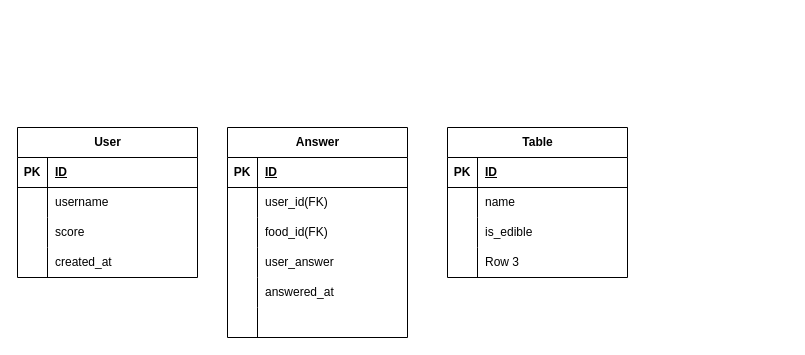
The draw.io diagram ER.dio in akanesi05/meat-or-not, before the edit. Source tidied: cells renumbered, new cells numbered last; positions are measured from the earlier drawing's top-left corner, leaving out a move shared by most shapes. Both pictures are drawn from the tidied source at 100%, with x=0, y=0 at pixel (17, 127).
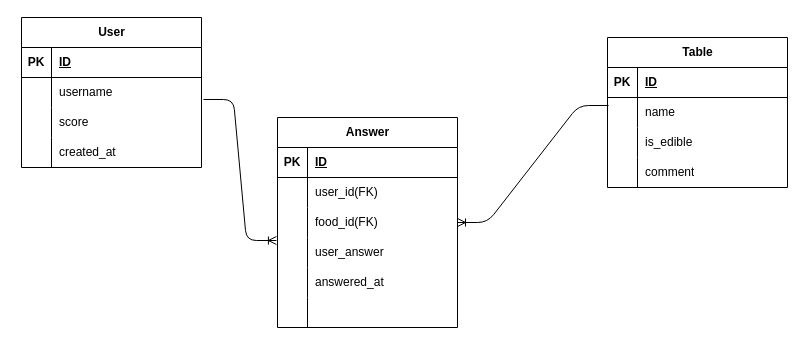
The same diagram, later.

The change refers to these unchanged cells:
```xml
<mxCell id="6" style="shape=tableRow;horizontal=0;startSize=0;swimlaneHead=0;swimlaneBody=0;fillColor=none;points=[[0,0.5],[1,0.5]];portConstraint=eastwest;top=0;left=0;right=0;bottom=0;" parent="2" vertex="1">
  <mxGeometry y="60" width="180" height="30" as="geometry" />
</mxCell>
<mxCell id="22" style="shape=tableRow;horizontal=0;startSize=0;swimlaneHead=0;swimlaneBody=0;fillColor=none;points=[[0,0.5],[1,0.5]];portConstraint=eastwest;top=0;left=0;right=0;bottom=0;" parent="15" vertex="1">
  <mxGeometry y="90" width="180" height="30" as="geometry" />
</mxCell>
<mxCell id="25" style="shape=tableRow;horizontal=0;startSize=0;swimlaneHead=0;swimlaneBody=0;fillColor=none;points=[[0,0.5],[1,0.5]];portConstraint=eastwest;top=0;left=0;right=0;bottom=0;" parent="15" vertex="1">
  <mxGeometry y="120" width="180" height="30" as="geometry" />
</mxCell>
<mxCell id="38" style="shape=tableRow;horizontal=0;startSize=0;swimlaneHead=0;swimlaneBody=0;fillColor=none;points=[[0,0.5],[1,0.5]];portConstraint=eastwest;top=0;left=0;right=0;bottom=0;" parent="34" vertex="1">
  <mxGeometry y="60" width="180" height="30" as="geometry" />
</mxCell>
<mxCell id="44" style="shape=tableRow;horizontal=0;startSize=0;swimlaneHead=0;swimlaneBody=0;fillColor=none;top=0;left=0;right=0;bottom=0;" parent="34" vertex="1">
  <mxGeometry y="120" width="180" height="30" as="geometry" />
</mxCell>
```

Diff of the diagram source:
```diff
@@
     <mxCell id="2" value="User" style="shape=table;startSize=30;childLayout=tableLayout;rowLines=0;fontStyle=1;align=center;html=1;" parent="1" vertex="1">
-      <mxGeometry width="180" height="150" as="geometry" />
+      <mxGeometry x="4" y="-110" width="180" height="150" as="geometry" />
     </mxCell>
@@
     <mxCell id="15" value="Answer" style="shape=table;startSize=30;childLayout=tableLayout;rowLines=0;fontStyle=1;align=center;html=1;" parent="1" vertex="1">
-      <mxGeometry x="210" width="180" height="210" as="geometry" />
+      <mxGeometry x="260" y="-10" width="180" height="210" as="geometry" />
     </mxCell>
@@
     <mxCell id="34" value="Table" style="shape=table;startSize=30;childLayout=tableLayout;rowLines=0;fontStyle=1;align=center;html=1;" parent="1" vertex="1">
-      <mxGeometry x="430" width="180" height="150" as="geometry" />
+      <mxGeometry x="590" y="-90" width="180" height="150" as="geometry" />
     </mxCell>
@@
-    <mxCell id="46" value="Row 3" style="shape=partialRectangle;fillColor=none;top=0;left=0;bottom=0;right=0;align=left;spacingLeft=6;overflow=hidden;whiteSpace=wrap;html=1;" parent="44" vertex="1">
+    <mxCell id="46" value="comment" style="shape=partialRectangle;fillColor=none;top=0;left=0;bottom=0;right=0;align=left;spacingLeft=6;overflow=hidden;whiteSpace=wrap;html=1;" parent="44" vertex="1">
       <mxGeometry x="30" width="150" height="30" as="geometry" />
     </mxCell>
+    <mxCell id="47" style="edgeStyle=entityRelationEdgeStyle;fontSize=12;html=1;endArrow=ERoneToMany;exitX=1.011;exitY=0.733;exitDx=0;exitDy=0;exitPerimeter=0;entryX=-0.006;entryY=0.1;entryDx=0;entryDy=0;entryPerimeter=0;" parent="1" edge="1" source="6" target="25">
+      <mxGeometry relative="1" as="geometry" />
+    </mxCell>
+    <mxCell id="48" style="edgeStyle=entityRelationEdgeStyle;fontSize=12;html=1;endArrow=ERoneToMany;entryX=1;entryY=0.5;entryDx=0;entryDy=0;exitX=0.006;exitY=0.267;exitDx=0;exitDy=0;exitPerimeter=0;" parent="1" edge="1" source="38" target="22">
+      <mxGeometry relative="1" as="geometry">
+        <Array as="points">
+          <mxPoint x="460" y="-60" />
+        </Array>
+      </mxGeometry>
+    </mxCell>
```
